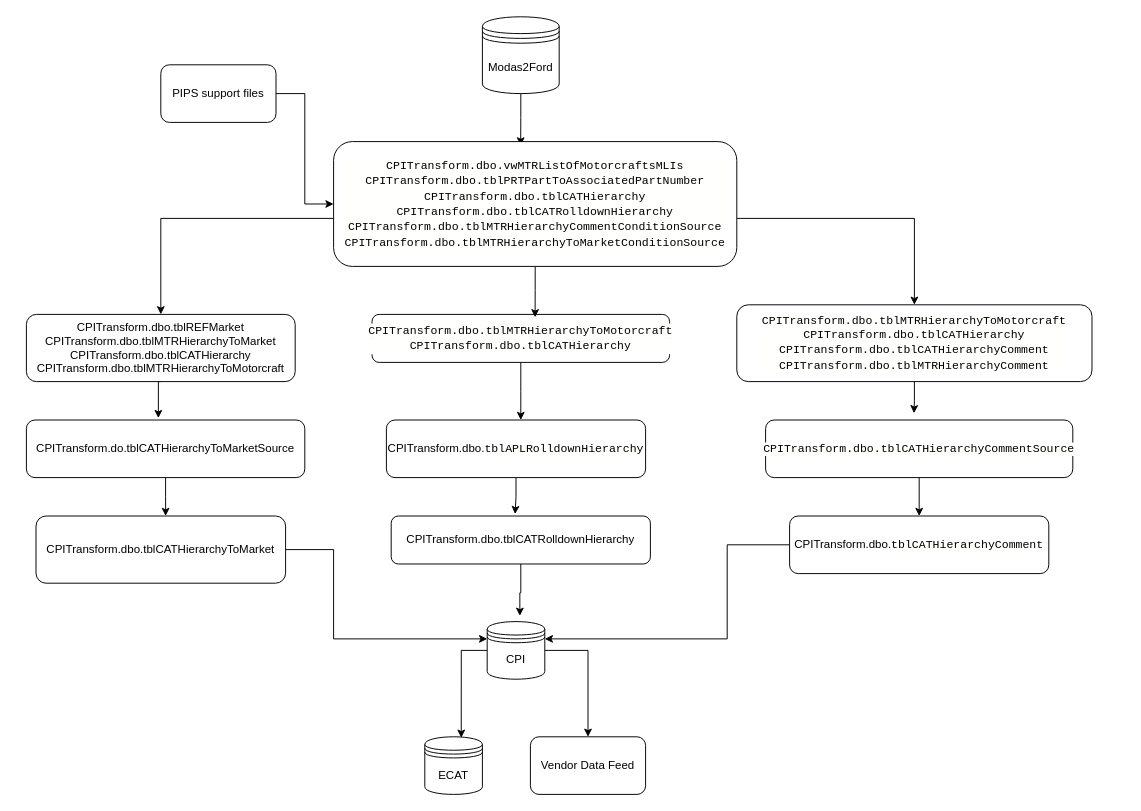
kmalawska/test keeps this draw.io diagram as Untitled Diagram.drawio. Above is the earlier version. Source tidied: cells renumbered, new cells numbered last; positions are measured from the earlier drawing's top-left corner, leaving out a move shared by most shapes. Both pictures are drawn from the tidied source at 96%, with x=0, y=0 at pixel (26, 16).
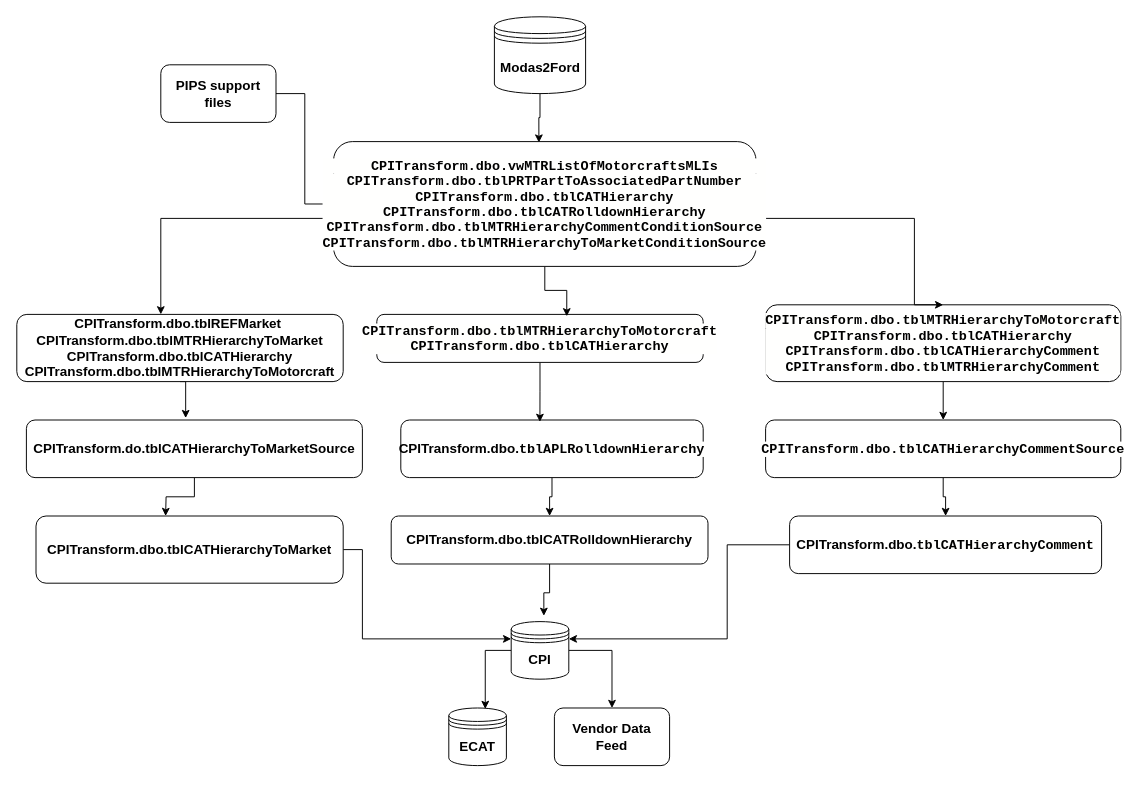
After the change.

What changed in the source:
```diff
@@
     <mxCell id="2" style="edgeStyle=orthogonalEdgeStyle;rounded=0;jettySize=auto;html=1;entryX=0;entryY=0.3;entryDx=0;entryDy=0;" parent="1" edge="1" source="3" target="24">
       <mxGeometry relative="1" as="geometry">
         <Array as="points">
-          <mxPoint x="320" y="555" />
-          <mxPoint x="320" y="648" />
+          <mxPoint x="350" y="555" />
+          <mxPoint x="350" y="648" />
         </Array>
       </mxGeometry>
     </mxCell>
-    <mxCell id="3" value="CPITransform.dbo.tblCATHierarchyToMarket" style="rounded=1;whiteSpace=wrap;html=1;" parent="1" vertex="1">
-      <mxGeometry x="10" y="520" width="260" height="70" as="geometry" />
+    <mxCell id="3" value="CPITransform.dbo.tblCATHierarchyToMarket" style="rounded=1;whiteSpace=wrap;html=1;fontSize=14;fontStyle=1;" parent="1" vertex="1">
+      <mxGeometry x="10" y="520" width="320" height="70" as="geometry" />
     </mxCell>
@@
-    <mxCell id="5" value="CPITransform.dbo.tblCATRolldownHierarchy" style="rounded=1;whiteSpace=wrap;html=1;" parent="1" vertex="1">
-      <mxGeometry x="380" y="520" width="270" height="50" as="geometry" />
+    <mxCell id="5" value="CPITransform.dbo.tblCATRolldownHierarchy" style="rounded=1;whiteSpace=wrap;html=1;fontSize=14;fontStyle=1;" parent="1" vertex="1">
+      <mxGeometry x="380" y="520" width="330" height="50" as="geometry" />
     </mxCell>
@@
-    <mxCell id="7" value="CPITransform.dbo.&lt;span style=&quot;background-color: rgb(255 , 255 , 254) ; font-family: &amp;#34;consolas&amp;#34; , &amp;#34;courier new&amp;#34; , monospace&quot;&gt;tblCATHierarchyComment&lt;/span&gt;" style="rounded=1;whiteSpace=wrap;html=1;" parent="1" vertex="1">
-      <mxGeometry x="795" y="520" width="270" height="60" as="geometry" />
+    <mxCell id="7" value="CPITransform.dbo.&lt;span style=&quot;background-color: rgb(255, 255, 254); font-family: consolas, &amp;quot;courier new&amp;quot;, monospace; font-size: 14px;&quot;&gt;tblCATHierarchyComment&lt;/span&gt;" style="rounded=1;whiteSpace=wrap;html=1;fontSize=14;fontStyle=1;" parent="1" vertex="1">
+      <mxGeometry x="795" y="520" width="325" height="60" as="geometry" />
     </mxCell>
@@
-    <mxCell id="9" value="CPITransform.do.tblCATHierarchyToMarketSource" style="rounded=1;whiteSpace=wrap;html=1;" parent="1" vertex="1">
-      <mxGeometry y="420" width="290" height="60" as="geometry" />
+    <mxCell id="9" value="CPITransform.do.tblCATHierarchyToMarketSource" style="rounded=1;whiteSpace=wrap;html=1;fontSize=14;fontStyle=1;" parent="1" vertex="1">
+      <mxGeometry y="420" width="350" height="60" as="geometry" />
     </mxCell>
@@
-    <mxCell id="11" value="CPITransform.dbo.tblREFMarket CPITransform.dbo.tblMTRHierarchyToMarket&lt;br&gt;CPITransform.dbo.tblCATHierarchy&lt;br&gt;CPITransform.dbo.tblMTRHierarchyToMotorcraft" style="rounded=1;whiteSpace=wrap;html=1;" parent="1" vertex="1">
-      <mxGeometry y="310" width="280" height="70" as="geometry" />
+    <mxCell id="11" value="&lt;div&gt;CPITransform.dbo.tblREFMarket&amp;nbsp;&lt;/div&gt;&lt;div&gt;CPITransform.dbo.tblMTRHierarchyToMarket&lt;/div&gt;&lt;div&gt;CPITransform.dbo.tblCATHierarchy&lt;/div&gt;&lt;div&gt;CPITransform.dbo.tblMTRHierarchyToMotorcraft&lt;/div&gt;" style="rounded=1;whiteSpace=wrap;html=1;fontSize=14;fontStyle=1;" parent="1" vertex="1">
+      <mxGeometry x="-10" y="310" width="340" height="70" as="geometry" />
     </mxCell>
-    <mxCell id="12" style="edgeStyle=orthogonalEdgeStyle;rounded=0;jettySize=auto;html=1;entryX=0.478;entryY=-0.04;entryDx=0;entryDy=0;entryPerimeter=0;" parent="1" edge="1" source="13" target="5">
+    <mxCell id="12" style="edgeStyle=orthogonalEdgeStyle;rounded=0;jettySize=auto;html=1;entryX=0.5;entryY=0;entryDx=0;entryDy=0;fontSize=14;" parent="1" edge="1" source="13" target="5">
       <mxGeometry relative="1" as="geometry" />
     </mxCell>
-    <mxCell id="13" value="CPITransform.dbo.&lt;span style=&quot;background-color: rgb(255 , 255 , 254) ; font-family: &amp;#34;consolas&amp;#34; , &amp;#34;courier new&amp;#34; , monospace&quot;&gt;tblAPLRolldownHierarchy&lt;/span&gt;" style="rounded=1;whiteSpace=wrap;html=1;" parent="1" vertex="1">
-      <mxGeometry x="375" y="420" width="270" height="60" as="geometry" />
+    <mxCell id="13" value="CPITransform.dbo.&lt;span style=&quot;background-color: rgb(255, 255, 254); font-family: consolas, &amp;quot;courier new&amp;quot;, monospace; font-size: 14px;&quot;&gt;tblAPLRolldownHierarchy&lt;/span&gt;" style="rounded=1;whiteSpace=wrap;html=1;fontSize=14;fontStyle=1;" parent="1" vertex="1">
+      <mxGeometry x="390" y="420" width="315" height="60" as="geometry" />
     </mxCell>
-    <mxCell id="14" style="edgeStyle=orthogonalEdgeStyle;rounded=0;jettySize=auto;html=1;" parent="1" edge="1" source="15">
-      <mxGeometry relative="1" as="geometry">
-        <mxPoint x="515" y="420" as="targetPoint" />
-      </mxGeometry>
-    </mxCell>
+    <mxCell id="33" style="edgeStyle=orthogonalEdgeStyle;rounded=0;jettySize=auto;html=1;entryX=0.46;entryY=0.033;entryDx=0;entryDy=0;entryPerimeter=0;fontSize=14;" parent="1" edge="1" source="15" target="13">
+      <mxGeometry relative="1" as="geometry" />
+    </mxCell>
-    <mxCell id="15" value="&lt;div style=&quot;background-color: rgb(255 , 255 , 254) ; font-family: &amp;#34;consolas&amp;#34; , &amp;#34;courier new&amp;#34; , monospace ; line-height: 16px&quot;&gt;CPITransform.dbo.tblMTRHierarchyToMotorcraft&lt;/div&gt;&lt;div style=&quot;background-color: rgb(255 , 255 , 254) ; font-family: &amp;#34;consolas&amp;#34; , &amp;#34;courier new&amp;#34; , monospace ; line-height: 16px&quot;&gt;&lt;div style=&quot;line-height: 16px&quot;&gt;CPITransform.dbo.tblCATHierarchy&lt;/div&gt;&lt;/div&gt;" style="rounded=1;whiteSpace=wrap;html=1;" parent="1" vertex="1">
-      <mxGeometry x="360" y="310" width="310" height="50" as="geometry" />
+    <mxCell id="15" value="&lt;div style=&quot;background-color: rgb(255 , 255 , 254) ; font-family: &amp;#34;consolas&amp;#34; , &amp;#34;courier new&amp;#34; , monospace ; line-height: 16px ; font-size: 14px&quot;&gt;&lt;div style=&quot;line-height: 16px&quot;&gt;CPITransform.dbo.tblMTRHierarchyToMotorcraft&lt;/div&gt;&lt;div style=&quot;line-height: 16px&quot;&gt;CPITransform.dbo.tblCATHierarchy&lt;/div&gt;&lt;/div&gt;" style="rounded=1;whiteSpace=wrap;html=1;fontSize=14;fontStyle=1;" parent="1" vertex="1">
+      <mxGeometry x="365" y="310" width="340" height="50" as="geometry" />
     </mxCell>
-    <mxCell id="16" style="edgeStyle=orthogonalEdgeStyle;rounded=0;jettySize=auto;html=1;entryX=0.483;entryY=-0.117;entryDx=0;entryDy=0;entryPerimeter=0;" parent="1" edge="1" source="17" target="19">
+    <mxCell id="16" style="edgeStyle=orthogonalEdgeStyle;rounded=0;jettySize=auto;html=1;entryX=0.5;entryY=0;entryDx=0;entryDy=0;entryPerimeter=0;" parent="1" edge="1" source="17" target="19">
       <mxGeometry relative="1" as="geometry" />
     </mxCell>
-    <mxCell id="17" value="&lt;span style=&quot;font-family: &amp;#34;consolas&amp;#34; , &amp;#34;courier new&amp;#34; , monospace ; background-color: rgb(255 , 255 , 254)&quot;&gt;CPITransform.dbo.&lt;/span&gt;&lt;span style=&quot;background-color: rgb(255 , 255 , 254) ; font-family: &amp;#34;consolas&amp;#34; , &amp;#34;courier new&amp;#34; , monospace&quot;&gt;tblMTRHierarchyToMotorcraft&lt;/span&gt;&lt;span style=&quot;font-family: &amp;#34;consolas&amp;#34; , &amp;#34;courier new&amp;#34; , monospace ; background-color: rgb(255 , 255 , 254)&quot;&gt;&lt;br&gt;&lt;/span&gt;&lt;div style=&quot;background-color: rgb(255 , 255 , 254) ; font-family: &amp;#34;consolas&amp;#34; , &amp;#34;courier new&amp;#34; , monospace ; line-height: 16px&quot;&gt;&lt;div style=&quot;font-family: &amp;#34;consolas&amp;#34; , &amp;#34;courier new&amp;#34; , monospace ; line-height: 16px&quot;&gt;CPITransform.dbo.tblCATHierarchy&lt;/div&gt;&lt;div style=&quot;font-family: &amp;#34;consolas&amp;#34; , &amp;#34;courier new&amp;#34; , monospace ; line-height: 16px&quot;&gt;&lt;div style=&quot;font-family: &amp;#34;consolas&amp;#34; , &amp;#34;courier new&amp;#34; , monospace ; line-height: 16px&quot;&gt;CPITransform.dbo.tblCATHierarchyComment&lt;/div&gt;&lt;/div&gt;&lt;div style=&quot;font-family: &amp;#34;consolas&amp;#34; , &amp;#34;courier new&amp;#34; , monospace ; line-height: 16px&quot;&gt;&lt;div style=&quot;line-height: 16px&quot;&gt;CPITransform.dbo.tblMTRHierarchyComment&lt;/div&gt;&lt;/div&gt;&lt;/div&gt;" style="rounded=1;whiteSpace=wrap;html=1;" parent="1" vertex="1">
-      <mxGeometry x="740" y="300" width="370" height="80" as="geometry" />
+    <mxCell id="17" value="&lt;span style=&quot;font-family: consolas, &amp;quot;courier new&amp;quot;, monospace; background-color: rgb(255, 255, 254); font-size: 14px;&quot;&gt;CPITransform.dbo.&lt;/span&gt;&lt;span style=&quot;background-color: rgb(255, 255, 254); font-family: consolas, &amp;quot;courier new&amp;quot;, monospace; font-size: 14px;&quot;&gt;tblMTRHierarchyToMotorcraft&lt;/span&gt;&lt;span style=&quot;font-family: consolas, &amp;quot;courier new&amp;quot;, monospace; background-color: rgb(255, 255, 254); font-size: 14px;&quot;&gt;&lt;br style=&quot;font-size: 14px;&quot;&gt;&lt;/span&gt;&lt;div style=&quot;background-color: rgb(255, 255, 254); font-family: consolas, &amp;quot;courier new&amp;quot;, monospace; line-height: 16px; font-size: 14px;&quot;&gt;&lt;div style=&quot;font-family: consolas, &amp;quot;courier new&amp;quot;, monospace; line-height: 16px; font-size: 14px;&quot;&gt;CPITransform.dbo.tblCATHierarchy&lt;/div&gt;&lt;div style=&quot;font-family: consolas, &amp;quot;courier new&amp;quot;, monospace; line-height: 16px; font-size: 14px;&quot;&gt;&lt;div style=&quot;font-family: consolas, &amp;quot;courier new&amp;quot;, monospace; line-height: 16px; font-size: 14px;&quot;&gt;CPITransform.dbo.tblCATHierarchyComment&lt;/div&gt;&lt;/div&gt;&lt;div style=&quot;font-family: consolas, &amp;quot;courier new&amp;quot;, monospace; line-height: 16px; font-size: 14px;&quot;&gt;&lt;div style=&quot;line-height: 16px; font-size: 14px;&quot;&gt;CPITransform.dbo.tblMTRHierarchyComment&lt;/div&gt;&lt;/div&gt;&lt;/div&gt;" style="rounded=1;whiteSpace=wrap;html=1;fontSize=14;fontStyle=1;" parent="1" vertex="1">
+      <mxGeometry x="770" y="300" width="370" height="80" as="geometry" />
     </mxCell>
@@
-    <mxCell id="19" value="&lt;span style=&quot;font-family: &amp;#34;consolas&amp;#34; , &amp;#34;courier new&amp;#34; , monospace ; background-color: rgb(255 , 255 , 254)&quot;&gt;CPITransform.dbo.&lt;/span&gt;&lt;span style=&quot;background-color: rgb(255 , 255 , 254) ; font-family: &amp;#34;consolas&amp;#34; , &amp;#34;courier new&amp;#34; , monospace&quot;&gt;tblCATHierarchyCommentSource&lt;/span&gt;&lt;span style=&quot;font-family: &amp;#34;consolas&amp;#34; , &amp;#34;courier new&amp;#34; , monospace ; background-color: rgb(255 , 255 , 254)&quot;&gt;&lt;br&gt;&lt;/span&gt;" style="rounded=1;whiteSpace=wrap;html=1;" parent="1" vertex="1">
-      <mxGeometry x="770" y="420" width="320" height="60" as="geometry" />
+    <mxCell id="19" value="&lt;span style=&quot;font-family: consolas, &amp;quot;courier new&amp;quot;, monospace; background-color: rgb(255, 255, 254); font-size: 14px;&quot;&gt;CPITransform.dbo.&lt;/span&gt;&lt;span style=&quot;background-color: rgb(255, 255, 254); font-family: consolas, &amp;quot;courier new&amp;quot;, monospace; font-size: 14px;&quot;&gt;tblCATHierarchyCommentSource&lt;/span&gt;&lt;span style=&quot;font-family: consolas, &amp;quot;courier new&amp;quot;, monospace; background-color: rgb(255, 255, 254); font-size: 14px;&quot;&gt;&lt;br style=&quot;font-size: 14px;&quot;&gt;&lt;/span&gt;" style="rounded=1;whiteSpace=wrap;html=1;fontSize=14;fontStyle=1;" parent="1" vertex="1">
+      <mxGeometry x="770" y="420" width="370" height="60" as="geometry" />
     </mxCell>
-    <mxCell id="20" style="edgeStyle=orthogonalEdgeStyle;rounded=0;jettySize=auto;html=1;entryX=0.464;entryY=0.031;entryDx=0;entryDy=0;entryPerimeter=0;" parent="1" edge="1" source="21" target="32">
+    <mxCell id="20" style="edgeStyle=orthogonalEdgeStyle;rounded=0;jettySize=auto;html=1;entryX=0.486;entryY=0.008;entryDx=0;entryDy=0;entryPerimeter=0;fontSize=14;" parent="1" edge="1" source="21" target="32">
       <mxGeometry relative="1" as="geometry" />
     </mxCell>
-    <mxCell id="21" value="Modas2Ford" style="shape=datastore;whiteSpace=wrap;html=1;" parent="1" vertex="1">
-      <mxGeometry x="475" width="80" height="80" as="geometry" />
+    <mxCell id="21" value="Modas2Ford" style="shape=datastore;whiteSpace=wrap;html=1;fontStyle=1;fontSize=14;" parent="1" vertex="1">
+      <mxGeometry x="487.5" width="95" height="80" as="geometry" />
     </mxCell>
@@
     <mxCell id="23" style="edgeStyle=orthogonalEdgeStyle;rounded=0;jettySize=auto;html=1;" parent="1" edge="1" source="24" target="26">
       <mxGeometry relative="1" as="geometry">
         <Array as="points">
-          <mxPoint x="585" y="660" />
+          <mxPoint x="610" y="660" />
         </Array>
       </mxGeometry>
     </mxCell>
-    <mxCell id="24" value="CPI" style="shape=datastore;whiteSpace=wrap;html=1;" parent="1" vertex="1">
-      <mxGeometry x="480" y="630" width="60" height="60" as="geometry" />
+    <mxCell id="24" value="CPI" style="shape=datastore;whiteSpace=wrap;html=1;fontSize=14;fontStyle=1;" parent="1" vertex="1">
+      <mxGeometry x="505" y="630" width="60" height="60" as="geometry" />
     </mxCell>
-    <mxCell id="25" value="ECAT" style="shape=datastore;whiteSpace=wrap;html=1;" parent="1" vertex="1">
-      <mxGeometry x="415" y="750" width="60" height="60" as="geometry" />
+    <mxCell id="25" value="ECAT" style="shape=datastore;whiteSpace=wrap;html=1;fontSize=14;fontStyle=1;" parent="1" vertex="1">
+      <mxGeometry x="440" y="720" width="60" height="60" as="geometry" />
     </mxCell>
-    <mxCell id="26" value="Vendor Data Feed" style="rounded=1;whiteSpace=wrap;html=1;" parent="1" vertex="1">
-      <mxGeometry x="525" y="750" width="120" height="60" as="geometry" />
+    <mxCell id="26" value="Vendor Data Feed" style="rounded=1;whiteSpace=wrap;html=1;fontSize=14;fontStyle=1;" parent="1" vertex="1">
+      <mxGeometry x="550" y="720" width="120" height="60" as="geometry" />
     </mxCell>
@@
-    <mxCell id="28" value="PIPS support files" style="rounded=1;whiteSpace=wrap;html=1;" parent="1" vertex="1">
+    <mxCell id="28" value="PIPS support files" style="rounded=1;whiteSpace=wrap;html=1;fontSize=14;fontStyle=1;" parent="1" vertex="1">
       <mxGeometry x="140" y="50" width="120" height="60" as="geometry" />
     </mxCell>
-    <mxCell id="29" style="edgeStyle=orthogonalEdgeStyle;rounded=0;jettySize=auto;html=1;entryX=0.548;entryY=0.06;entryDx=0;entryDy=0;entryPerimeter=0;" parent="1" edge="1" source="32" target="15">
-      <mxGeometry relative="1" as="geometry" />
-    </mxCell>
@@
+    <mxCell id="29" style="edgeStyle=orthogonalEdgeStyle;rounded=0;jettySize=auto;html=1;entryX=0.582;entryY=0.04;entryDx=0;entryDy=0;entryPerimeter=0;fontSize=14;" parent="1" edge="1" source="32" target="15">
+      <mxGeometry relative="1" as="geometry" />
+    </mxCell>
-    <mxCell id="32" value="&lt;div style=&quot;background-color: rgb(255 , 255 , 254) ; font-family: &amp;#34;consolas&amp;#34; , &amp;#34;courier new&amp;#34; , monospace ; line-height: 16px&quot;&gt;CPITransform.dbo.vwMTRListOfMotorcraftsMLIs&lt;/div&gt;&lt;div style=&quot;background-color: rgb(255 , 255 , 254) ; font-family: &amp;#34;consolas&amp;#34; , &amp;#34;courier new&amp;#34; , monospace ; line-height: 16px&quot;&gt;&lt;div style=&quot;font-family: &amp;#34;consolas&amp;#34; , &amp;#34;courier new&amp;#34; , monospace ; line-height: 16px&quot;&gt;CPITransform.dbo.tblPRTPartToAssociatedPartNumber&lt;/div&gt;&lt;div style=&quot;font-family: &amp;#34;consolas&amp;#34; , &amp;#34;courier new&amp;#34; , monospace ; line-height: 16px&quot;&gt;&lt;div style=&quot;line-height: 16px&quot;&gt;CPITransform.dbo.tblCATHierarchy&lt;/div&gt;&lt;div style=&quot;line-height: 16px&quot;&gt;&lt;div style=&quot;line-height: 16px&quot;&gt;CPITransform.dbo.tblCATRolldownHierarchy&lt;/div&gt;&lt;div style=&quot;line-height: 16px&quot;&gt;&lt;div style=&quot;line-height: 16px&quot;&gt;CPITransform.dbo.tblMTRHierarchyCommentConditionSource&lt;/div&gt;&lt;div style=&quot;line-height: 16px&quot;&gt;&lt;div style=&quot;line-height: 16px&quot;&gt;CPITransform.dbo.tblMTRHierarchyToMarketConditionSource&lt;/div&gt;&lt;/div&gt;&lt;/div&gt;&lt;/div&gt;&lt;/div&gt;&lt;/div&gt;" style="rounded=1;whiteSpace=wrap;html=1;" parent="1" vertex="1">
-      <mxGeometry x="320" y="130" width="420" height="130" as="geometry" />
+    <mxCell id="32" value="&lt;div style=&quot;background-color: rgb(255, 255, 254); font-family: consolas, &amp;quot;courier new&amp;quot;, monospace; line-height: 16px; font-size: 14px;&quot;&gt;CPITransform.dbo.vwMTRListOfMotorcraftsMLIs&lt;/div&gt;&lt;div style=&quot;background-color: rgb(255, 255, 254); font-family: consolas, &amp;quot;courier new&amp;quot;, monospace; line-height: 16px; font-size: 14px;&quot;&gt;&lt;div style=&quot;font-family: consolas, &amp;quot;courier new&amp;quot;, monospace; line-height: 16px; font-size: 14px;&quot;&gt;CPITransform.dbo.tblPRTPartToAssociatedPartNumber&lt;/div&gt;&lt;div style=&quot;font-family: consolas, &amp;quot;courier new&amp;quot;, monospace; line-height: 16px; font-size: 14px;&quot;&gt;&lt;div style=&quot;line-height: 16px; font-size: 14px;&quot;&gt;CPITransform.dbo.tblCATHierarchy&lt;/div&gt;&lt;div style=&quot;line-height: 16px; font-size: 14px;&quot;&gt;&lt;div style=&quot;line-height: 16px; font-size: 14px;&quot;&gt;CPITransform.dbo.tblCATRolldownHierarchy&lt;/div&gt;&lt;div style=&quot;line-height: 16px; font-size: 14px;&quot;&gt;&lt;div style=&quot;line-height: 16px; font-size: 14px;&quot;&gt;CPITransform.dbo.tblMTRHierarchyCommentConditionSource&lt;/div&gt;&lt;div style=&quot;line-height: 16px; font-size: 14px;&quot;&gt;&lt;div style=&quot;line-height: 16px; font-size: 14px;&quot;&gt;CPITransform.dbo.tblMTRHierarchyToMarketConditionSource&lt;/div&gt;&lt;/div&gt;&lt;/div&gt;&lt;/div&gt;&lt;/div&gt;&lt;/div&gt;" style="rounded=1;whiteSpace=wrap;html=1;fontSize=14;fontStyle=1;" parent="1" vertex="1">
+      <mxGeometry x="320" y="130" width="440" height="130" as="geometry" />
     </mxCell>
```
